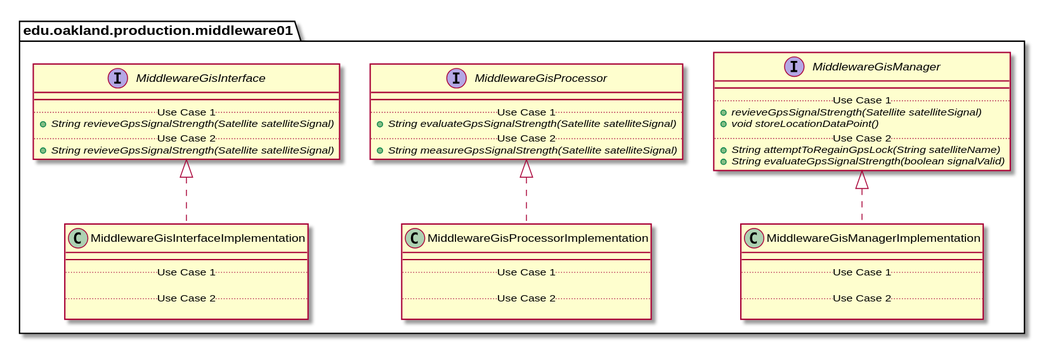
Above: docs/uml-class-diagrams/middleware01/production/Middleware01ProductionPackage_DirectDependencies.svg in andrewdimmer/csi-3370-software-project (PlantUML), before the change.
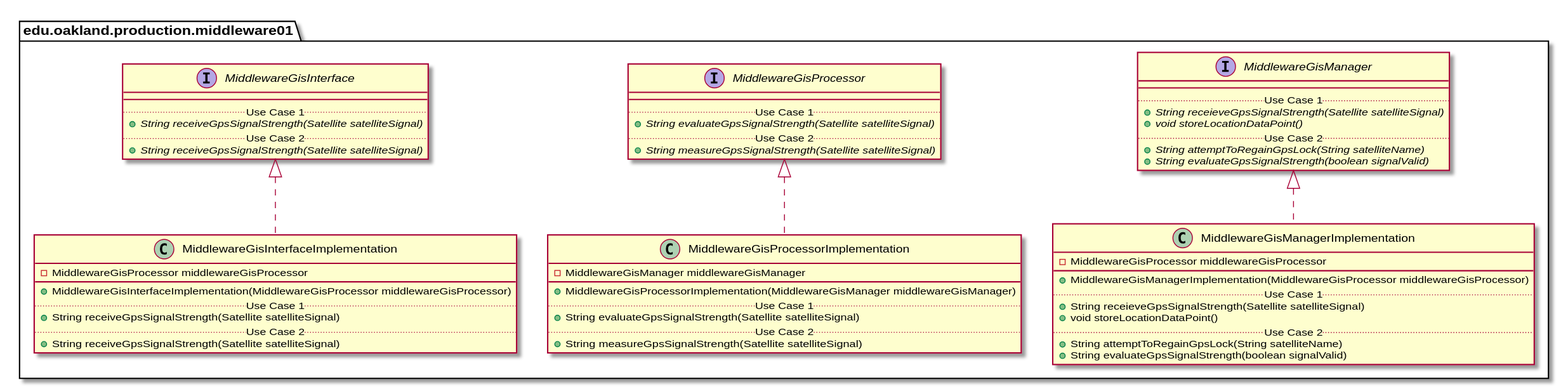
Above is the later version.

The edit, as a diff of the source:
```diff
@@ -14,9 +14,9 @@
     interface MiddlewareGisInterface {
         __
         .. Use Case 1 ..
-        {abstract} + String revieveGpsSignalStrength(Satellite satelliteSignal)
+        {abstract} + String receiveGpsSignalStrength(Satellite satelliteSignal)
         .. Use Case 2 ..
-        {abstract} + String revieveGpsSignalStrength(Satellite satelliteSignal)
+        {abstract} + String receiveGpsSignalStrength(Satellite satelliteSignal)
     }
 }
 
@@ -36,7 +36,7 @@
     interface MiddlewareGisManager {
         __
         .. Use Case 1 ..
-        {abstract} + revieveGpsSignalStrength(Satellite satelliteSignal)
+        {abstract} + String receieveGpsSignalStrength(Satellite satelliteSignal)
         {abstract} + void storeLocationDataPoint()
         .. Use Case 2 ..
         {abstract} + String attemptToRegainGpsLock(String satelliteName)
@@ -47,11 +47,13 @@
 
 package edu.oakland.production.middleware01 {
     class MiddlewareGisInterfaceImplementation {
+        - MiddlewareGisProcessor middlewareGisProcessor
         __
+        + MiddlewareGisInterfaceImplementation(MiddlewareGisProcessor middlewareGisProcessor)
         .. Use Case 1 ..
-
+        + String receiveGpsSignalStrength(Satellite satelliteSignal)
         .. Use Case 2 ..
-
+        + String receiveGpsSignalStrength(Satellite satelliteSignal)
     }
 }
 
@@ -60,11 +62,13 @@
 
 package edu.oakland.production.middleware01 {
     class MiddlewareGisProcessorImplementation {
+        - MiddlewareGisManager middlewareGisManager
         __
+        + MiddlewareGisProcessorImplementation(MiddlewareGisManager middlewareGisManager)
         .. Use Case 1 ..
-
+        + String evaluateGpsSignalStrength(Satellite satelliteSignal)
         .. Use Case 2 ..
-
+        + String measureGpsSignalStrength(Satellite satelliteSignal)
     }
 }
 
@@ -73,11 +77,15 @@
 
 package edu.oakland.production.middleware01 {
     class MiddlewareGisManagerImplementation {
+        - MiddlewareGisProcessor middlewareGisProcessor
         __
+        + MiddlewareGisManagerImplementation(MiddlewareGisProcessor middlewareGisProcessor)
         .. Use Case 1 ..
-
+        + String receieveGpsSignalStrength(Satellite satelliteSignal)
+        + void storeLocationDataPoint()
         .. Use Case 2 ..
-
+        + String attemptToRegainGpsLock(String satelliteName)
+        + String evaluateGpsSignalStrength(boolean signalValid)
     }
 }
 
```
